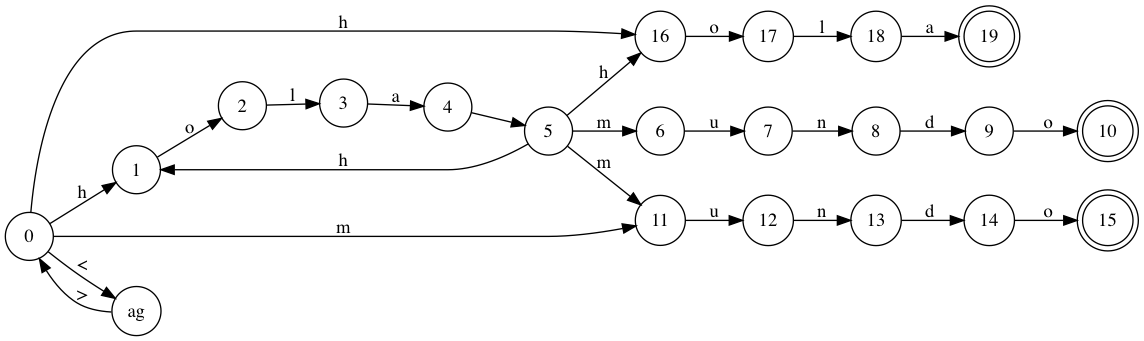
The Graphviz diagram noDeterminante.png in GdeAchaval/automaton, before a commit. Its source is kept beside it as noDeterminante.dot.
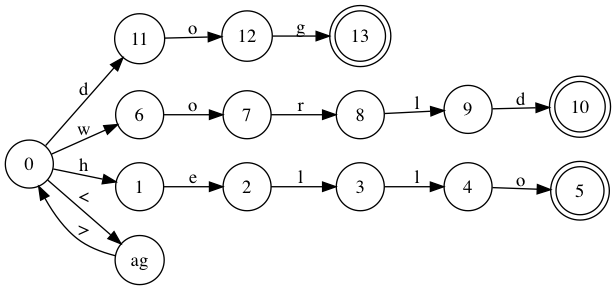
After the change.

What changed in the source:
```diff
@@ -1,49 +1,34 @@
 digraph {
 rankdir = "LR";
 node [shape=circle] Node_0[label="0"];
+node [shape=circle] Node_11[label="11"];
+node [shape=circle] Node_6[label="6"];
 node [shape=circle] Node_1[label="1"];
-node [shape=circle] Node_16[label="16"];
 node [shape=circle] Nodetag[label="ag"];
-node [shape=circle] Node_11[label="11"];
+node [shape=circle] Node_12[label="12"];
+node [shape=circle] Node_7[label="7"];
 node [shape=circle] Node_2[label="2"];
-node [shape=circle] Node_17[label="17"];
-node [shape=circle] Node_12[label="12"];
+node [shape=doublecircle] Node_13[label="13"];
+node [shape=circle] Node_8[label="8"];
 node [shape=circle] Node_3[label="3"];
-node [shape=circle] Node_18[label="18"];
-node [shape=circle] Node_13[label="13"];
+node [shape=circle] Node_9[label="9"];
 node [shape=circle] Node_4[label="4"];
-node [shape=doublecircle] Node_19[label="19"];
-node [shape=circle] Node_14[label="14"];
-node [shape=circle] Node_5[label="5"];
-node [shape=doublecircle] Node_15[label="15"];
-node [shape=circle] Node_6[label="6"];
-node [shape=circle] Node_7[label="7"];
-node [shape=circle] Node_8[label="8"];
-node [shape=circle] Node_9[label="9"];
 node [shape=doublecircle] Node_10[label="10"];
+node [shape=doublecircle] Node_5[label="5"];
 
+Node_0 -> Node_11 [label="d"];
+Node_0 -> Node_6 [label="w"];
 Node_0 -> Node_1 [label="h"];
-Node_0 -> Node_16 [label="h"];
 Node_0 -> Nodetag [label="<"];
-Node_0 -> Node_11 [label="m"];
-Node_1 -> Node_2 [label="o"];
-Node_16 -> Node_17 [label="o"];
+Node_11 -> Node_12 [label="o"];
+Node_6 -> Node_7 [label="o"];
+Node_1 -> Node_2 [label="e"];
 Nodetag -> Node_0 [label=">"];
-Node_11 -> Node_12 [label="u"];
+Node_12 -> Node_13 [label="g"];
+Node_7 -> Node_8 [label="r"];
 Node_2 -> Node_3 [label="l"];
-Node_17 -> Node_18 [label="l"];
-Node_12 -> Node_13 [label="n"];
-Node_3 -> Node_4 [label="a"];
-Node_18 -> Node_19 [label="a"];
-Node_13 -> Node_14 [label="d"];
-Node_4 -> Node_5 [label=" "];
-Node_14 -> Node_15 [label="o"];
-Node_5 -> Node_1 [label="h"];
-Node_5 -> Node_16 [label="h"];
-Node_5 -> Node_6 [label="m"];
-Node_5 -> Node_11 [label="m"];
-Node_6 -> Node_7 [label="u"];
-Node_7 -> Node_8 [label="n"];
-Node_8 -> Node_9 [label="d"];
-Node_9 -> Node_10 [label="o"];
+Node_8 -> Node_9 [label="l"];
+Node_3 -> Node_4 [label="l"];
+Node_9 -> Node_10 [label="d"];
+Node_4 -> Node_5 [label="o"];
 }
```
